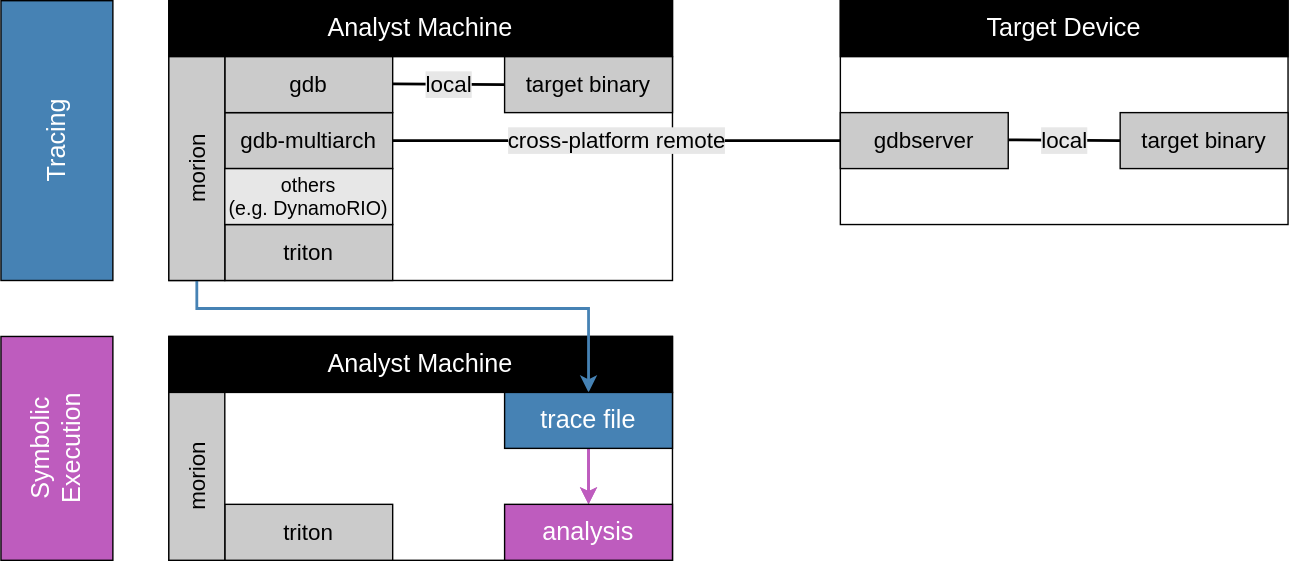
cyber-defence-campus/netgear_r6700v3_circled keeps this draw.io diagram as images/Morion_Overview.svg. Above is the earlier version. Source tidied: cells renumbered, new cells last; positions are measured from the earlier drawing's top-left corner, leaving out a move shared by most shapes.
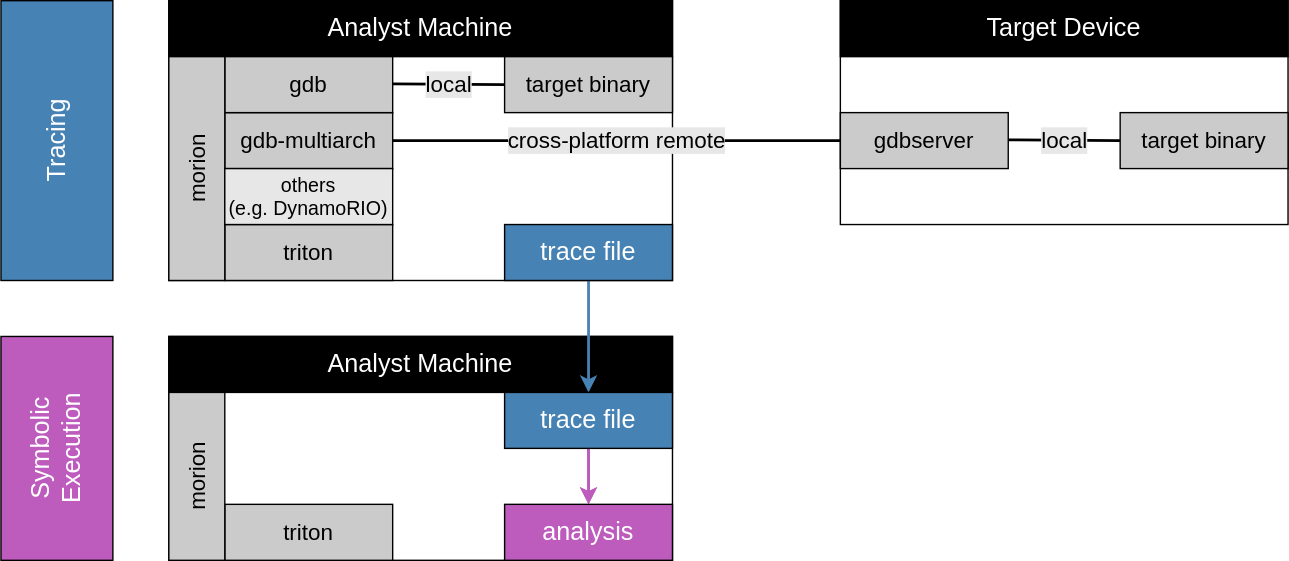
Later version of the same file.

Diff of the diagram source:
```diff
@@ -14,13 +14,8 @@
     <mxCell id="5" style="rounded=0;whiteSpace=wrap;html=1;fontSize=18;fontColor=#FFFFFF;strokeColor=#000000;fillColor=default;" parent="1" vertex="1">
       <mxGeometry x="660" width="320" height="160" as="geometry" />
     </mxCell>
-    <mxCell id="6" style="endArrow=classic;html=1;rounded=0;labelBackgroundColor=#CBCBCB;fontSize=18;fontColor=#FFFFFF;entryX=0.5;entryY=0;entryDx=0;entryDy=0;strokeColor=#4682B4;strokeWidth=2;" parent="1" edge="1" source="15" target="24">
-      <mxGeometry relative="1" as="geometry">
-        <Array as="points">
-          <mxPoint x="200" y="220" />
-          <mxPoint x="480" y="220" />
-        </Array>
-      </mxGeometry>
+    <mxCell id="6" style="endArrow=classic;html=1;rounded=0;labelBackgroundColor=#CBCBCB;fontSize=18;fontColor=#FFFFFF;entryX=0.5;entryY=0;entryDx=0;entryDy=0;strokeColor=#4682B4;strokeWidth=2;exitX=0.5;exitY=1;exitDx=0;exitDy=0;" parent="1" edge="1" source="28" target="24">
+      <mxGeometry relative="1" as="geometry" />
     </mxCell>
     <mxCell id="7" style="edgeStyle=orthogonalEdgeStyle;rounded=0;jettySize=auto;html=1;labelBackgroundColor=#CBCBCB;fontSize=18;fontColor=#FFFFFF;strokeColor=#BE5CBE;strokeWidth=2;" parent="1" edge="1" source="24" target="25">
       <mxGeometry relative="1" as="geometry" />
@@ -93,5 +88,8 @@
         <mxPoint x="340" y="100" as="sourcePoint" />
       </mxGeometry>
     </mxCell>
+    <mxCell id="28" value="&lt;font style=&quot;font-size: 18px&quot;&gt;trace file&lt;br&gt;&lt;/font&gt;" style="rounded=0;whiteSpace=wrap;html=1;labelBackgroundColor=none;fontSize=14;fillColor=#4682B4;fontFamily=Arial;fontColor=#FFFFFF;" parent="1" vertex="1">
+      <mxGeometry x="420" y="160" width="120" height="40" as="geometry" />
+    </mxCell>
   </root>
 </mxGraphModel>
```
